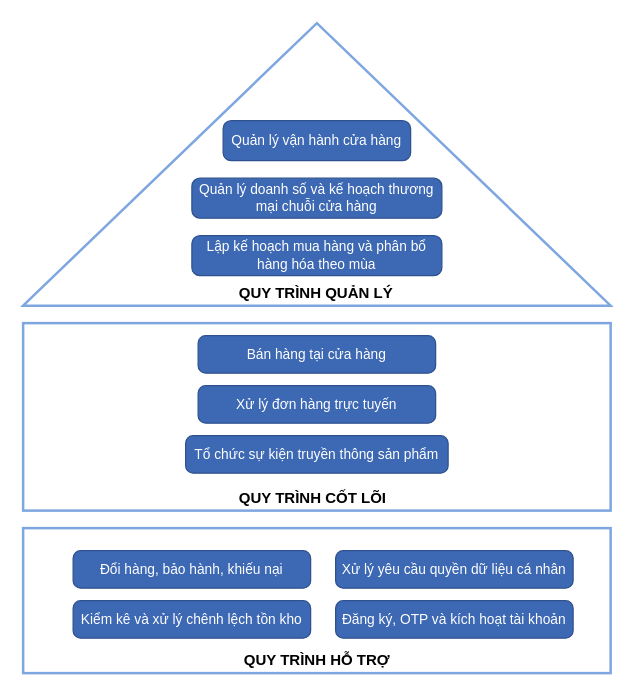
Before: docs/workspaces/NguyenThanhThinh/so_do_quy_trinh.drawio in anthinh-io/bpm-acfc-vietnam-analysis, a draw.io diagram. Source tidied: cells renumbered, new cells numbered last; positions are measured from the earlier drawing's top-left corner, leaving out a move shared by most shapes. Both pictures are drawn from the tidied source at 125%, with x=0, y=0 at pixel (22, 22).
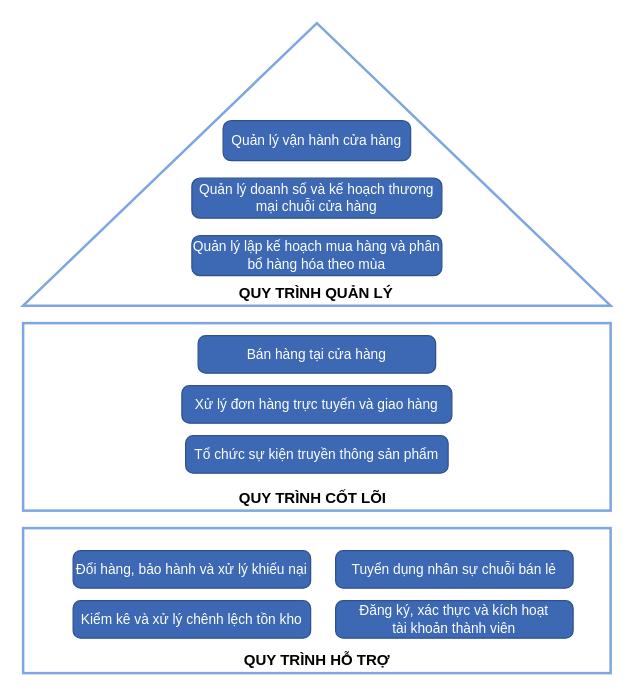
The same page after the edit.

Commit message:
Update process diagram with revised task descriptions and formatting

Diff of the diagram source:
```diff
@@
 <mxGraphModel>
   <root>
     <mxCell id="0" />
     <mxCell id="1" parent="0" />
     <mxCell id="2" style="triangle;whiteSpace=wrap;html=1;direction=north;fillColor=none;strokeColor=#7EA6E0;strokeWidth=2;" parent="1" vertex="1">
       <mxGeometry width="470" height="226" as="geometry" />
     </mxCell>
     <mxCell id="3" value="QUY TRÌNH QUẢN LÝ" style="text;html=1;align=left;verticalAlign=middle;fontStyle=1;fontSize=12;" parent="1" vertex="1">
       <mxGeometry x="170.5" y="206" width="129" height="20" as="geometry" />
     </mxCell>
     <mxCell id="4" value="Quản lý vận hành cửa hàng" style="rounded=1;whiteSpace=wrap;html=1;fillColor=#3D68B3;strokeColor=#2F528F;fontColor=#FFFFFF;fontSize=11;arcSize=20;" parent="1" vertex="1">
       <mxGeometry x="160" y="78" width="150" height="32" as="geometry" />
     </mxCell>
     <mxCell id="5" value="Quản lý doanh số và kế hoạch thương mại chuỗi cửa hàng" style="rounded=1;whiteSpace=wrap;html=1;fillColor=#3D68B3;strokeColor=#2F528F;fontColor=#FFFFFF;fontSize=11;arcSize=20;" parent="1" vertex="1">
       <mxGeometry x="135" y="124" width="200" height="32" as="geometry" />
     </mxCell>
-    <mxCell id="6" value="Lập kế hoạch mua hàng và phân bổ hàng hóa theo mùa" style="rounded=1;whiteSpace=wrap;html=1;fillColor=#3D68B3;strokeColor=#2F528F;fontColor=#FFFFFF;fontSize=11;arcSize=20;" parent="1" vertex="1">
+    <mxCell id="6" value="Quản lý lập kế hoạch mua hàng và phân bổ hàng hóa theo mùa" style="rounded=1;whiteSpace=wrap;html=1;fillColor=#3D68B3;strokeColor=#2F528F;fontColor=#FFFFFF;fontSize=11;arcSize=20;" parent="1" vertex="1">
       <mxGeometry x="135" y="170" width="200" height="32" as="geometry" />
     </mxCell>
     <mxCell id="7" style="rounded=0;whiteSpace=wrap;html=1;fillColor=none;strokeColor=#7EA6E0;strokeWidth=2;" parent="1" vertex="1">
       <mxGeometry y="240" width="470" height="150" as="geometry" />
     </mxCell>
     <mxCell id="8" value="QUY TRÌNH CỐT LÕI" style="text;html=1;align=left;verticalAlign=middle;fontStyle=1;fontSize=12;" parent="1" vertex="1">
       <mxGeometry x="170.5" y="370" width="129" height="20" as="geometry" />
     </mxCell>
     <mxCell id="9" value="Bán hàng tại cửa hàng" style="rounded=1;whiteSpace=wrap;html=1;fillColor=#3D68B3;strokeColor=#2F528F;fontColor=#FFFFFF;fontSize=11;arcSize=20;" parent="1" vertex="1">
       <mxGeometry x="140" y="250" width="190" height="30" as="geometry" />
     </mxCell>
-    <mxCell id="10" value="Xử lý đơn hàng trực tuyến" style="rounded=1;whiteSpace=wrap;html=1;fillColor=#3D68B3;strokeColor=#2F528F;fontColor=#FFFFFF;fontSize=11;arcSize=20;" parent="1" vertex="1">
-      <mxGeometry x="140" y="290" width="190" height="30" as="geometry" />
+    <mxCell id="10" value="Xử lý đơn hàng trực tuyến và giao hàng" style="rounded=1;whiteSpace=wrap;html=1;fillColor=#3D68B3;strokeColor=#2F528F;fontColor=#FFFFFF;fontSize=11;arcSize=20;" parent="1" vertex="1">
+      <mxGeometry x="127" y="290" width="216" height="30" as="geometry" />
     </mxCell>
     <mxCell id="11" value="Tổ chức sự kiện truyền thông sản phẩm" style="rounded=1;whiteSpace=wrap;html=1;fillColor=#3D68B3;strokeColor=#2F528F;fontColor=#FFFFFF;fontSize=11;arcSize=20;" parent="1" vertex="1">
       <mxGeometry x="130" y="330" width="210" height="30" as="geometry" />
     </mxCell>
     <mxCell id="12" style="rounded=0;whiteSpace=wrap;html=1;fillColor=none;strokeColor=#7EA6E0;strokeWidth=2;" parent="1" vertex="1">
       <mxGeometry y="404" width="470" height="116" as="geometry" />
     </mxCell>
     <mxCell id="13" value="QUY TRÌNH HỖ TRỢ" style="text;html=1;align=left;verticalAlign=middle;fontStyle=1;fontSize=12;" parent="1" vertex="1">
       <mxGeometry x="174.5" y="500" width="121" height="20" as="geometry" />
     </mxCell>
-    <mxCell id="14" value="Đổi hàng, bảo hành, khiếu nại" style="rounded=1;whiteSpace=wrap;html=1;fillColor=#3D68B3;strokeColor=#2F528F;fontColor=#FFFFFF;fontSize=11;arcSize=20;" parent="1" vertex="1">
+    <mxCell id="14" value="Đổi hàng, bảo hành và xử lý khiếu nại" style="rounded=1;whiteSpace=wrap;html=1;fillColor=#3D68B3;strokeColor=#2F528F;fontColor=#FFFFFF;fontSize=11;arcSize=20;" parent="1" vertex="1">
       <mxGeometry x="40" y="422" width="190" height="30" as="geometry" />
     </mxCell>
-    <mxCell id="15" value="Xử lý yêu cầu quyền dữ liệu cá nhân" style="rounded=1;whiteSpace=wrap;html=1;fillColor=#3D68B3;strokeColor=#2F528F;fontColor=#FFFFFF;fontSize=11;arcSize=20;" parent="1" vertex="1">
+    <mxCell id="15" value="Tuyển dụng nhân sự chuỗi bán lẻ" style="rounded=1;whiteSpace=wrap;html=1;fillColor=#3D68B3;strokeColor=#2F528F;fontColor=#FFFFFF;fontSize=11;arcSize=20;" parent="1" vertex="1">
       <mxGeometry x="250" y="422" width="190" height="30" as="geometry" />
     </mxCell>
     <mxCell id="16" value="Kiểm kê và xử lý chênh lệch tồn kho" style="rounded=1;whiteSpace=wrap;html=1;fillColor=#3D68B3;strokeColor=#2F528F;fontColor=#FFFFFF;fontSize=11;arcSize=20;" parent="1" vertex="1">
       <mxGeometry x="40" y="462" width="190" height="30" as="geometry" />
     </mxCell>
-    <mxCell id="17" value="Đăng ký, OTP và kích hoạt tài khoản" style="rounded=1;whiteSpace=wrap;html=1;fillColor=#3D68B3;strokeColor=#2F528F;fontColor=#FFFFFF;fontSize=11;arcSize=20;" parent="1" vertex="1">
+    <mxCell id="17" value="Đăng ký, xác thực và kích hoạt&lt;div&gt;tài khoản thành viên&lt;/div&gt;" style="rounded=1;whiteSpace=wrap;html=1;fillColor=#3D68B3;strokeColor=#2F528F;fontColor=#FFFFFF;fontSize=11;arcSize=20;" parent="1" vertex="1">
       <mxGeometry x="250" y="462" width="190" height="30" as="geometry" />
     </mxCell>
   </root>
 </mxGraphModel>
```
